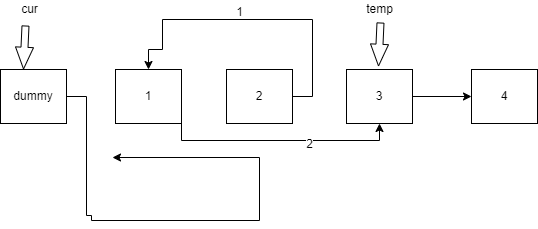
Earlier version of the draw.io export 刷题/链表/24. 两两交换链表中的节点.drawio.png (SixPlusAndTimes/drawio). Source tidied: cells renumbered, new cells last; positions are measured from the earlier drawing's top-left corner, leaving out a move shared by most shapes. The source it was exported from:
```xml
<mxGraphModel>
  <root>
    <mxCell id="0" />
    <mxCell id="1" parent="0" />
    <mxCell id="2" style="edgeStyle=orthogonalEdgeStyle;rounded=0;jettySize=auto;html=1;exitX=1;exitY=0.5;exitDx=0;exitDy=0;" parent="1" edge="1" source="3">
      <mxGeometry relative="1" as="geometry">
        <mxPoint x="112" y="157" as="targetPoint" />
        <Array as="points">
          <mxPoint x="86" y="96" />
          <mxPoint x="86" y="215" />
          <mxPoint x="91" y="215" />
          <mxPoint x="91" y="220" />
          <mxPoint x="259" y="220" />
        </Array>
      </mxGeometry>
    </mxCell>
    <mxCell id="3" value="dummy" style="rounded=0;whiteSpace=wrap;html=1;" parent="1" vertex="1">
      <mxGeometry y="69" width="66" height="54" as="geometry" />
    </mxCell>
    <mxCell id="4" style="edgeStyle=orthogonalEdgeStyle;rounded=0;jettySize=auto;html=1;exitX=1;exitY=0.5;exitDx=0;exitDy=0;" parent="1" edge="1" source="6" target="10">
      <mxGeometry relative="1" as="geometry">
        <Array as="points">
          <mxPoint x="181" y="140" />
          <mxPoint x="379" y="140" />
        </Array>
      </mxGeometry>
    </mxCell>
    <mxCell id="5" value="2" style="edgeLabel;html=1;align=center;verticalAlign=middle;" parent="4" vertex="1">
      <mxGeometry x="0.32" y="-3" relative="1" as="geometry" />
    </mxCell>
    <mxCell id="6" value="1" style="rounded=0;whiteSpace=wrap;html=1;" parent="1" vertex="1">
      <mxGeometry x="115" y="69" width="66" height="54" as="geometry" />
    </mxCell>
    <mxCell id="7" style="edgeStyle=orthogonalEdgeStyle;rounded=0;jettySize=auto;html=1;exitX=1;exitY=0.5;exitDx=0;exitDy=0;entryX=0.5;entryY=0;entryDx=0;entryDy=0;" parent="1" edge="1" source="8" target="6">
      <mxGeometry relative="1" as="geometry">
        <Array as="points">
          <mxPoint x="312" y="96" />
          <mxPoint x="312" y="19" />
          <mxPoint x="162" y="19" />
          <mxPoint x="162" y="49" />
          <mxPoint x="148" y="49" />
        </Array>
      </mxGeometry>
    </mxCell>
    <mxCell id="8" value="2" style="rounded=0;whiteSpace=wrap;html=1;" parent="1" vertex="1">
      <mxGeometry x="226" y="69" width="66" height="54" as="geometry" />
    </mxCell>
    <mxCell id="9" style="edgeStyle=orthogonalEdgeStyle;rounded=0;jettySize=auto;html=1;exitX=1;exitY=0.5;exitDx=0;exitDy=0;entryX=0;entryY=0.5;entryDx=0;entryDy=0;" parent="1" edge="1" source="10" target="11">
      <mxGeometry relative="1" as="geometry" />
    </mxCell>
    <mxCell id="10" value="3" style="rounded=0;whiteSpace=wrap;html=1;" parent="1" vertex="1">
      <mxGeometry x="346" y="69" width="66" height="54" as="geometry" />
    </mxCell>
    <mxCell id="11" value="4" style="rounded=0;whiteSpace=wrap;html=1;" parent="1" vertex="1">
      <mxGeometry x="471" y="69" width="66" height="54" as="geometry" />
    </mxCell>
    <mxCell id="12" style="shape=flexArrow;endArrow=classic;html=1;rounded=0;width=7;endSize=6.92;endWidth=10;" parent="1" edge="1">
      <mxGeometry relative="1" as="geometry">
        <mxPoint x="25" y="25" as="sourcePoint" />
        <mxPoint x="23" y="69" as="targetPoint" />
      </mxGeometry>
    </mxCell>
    <mxCell id="13" value="cur" style="text;html=1;align=center;verticalAlign=middle;strokeColor=none;fillColor=none;" parent="1" vertex="1">
      <mxGeometry x="15" width="27" height="18" as="geometry" />
    </mxCell>
    <mxCell id="14" style="shape=flexArrow;endArrow=classic;html=1;rounded=0;width=7;endSize=6.92;endWidth=10;" parent="1" edge="1">
      <mxGeometry relative="1" as="geometry">
        <mxPoint x="380" y="22" as="sourcePoint" />
        <mxPoint x="378" y="66" as="targetPoint" />
      </mxGeometry>
    </mxCell>
    <mxCell id="15" value="temp" style="text;html=1;align=center;verticalAlign=middle;strokeColor=none;fillColor=none;" parent="1" vertex="1">
      <mxGeometry x="360.5" width="37" height="18" as="geometry" />
    </mxCell>
    <mxCell id="16" value="1" style="text;html=1;align=center;verticalAlign=middle;strokeColor=none;fillColor=none;" parent="1" vertex="1">
      <mxGeometry x="230" y="3" width="17" height="18" as="geometry" />
    </mxCell>
  </root>
</mxGraphModel>
```
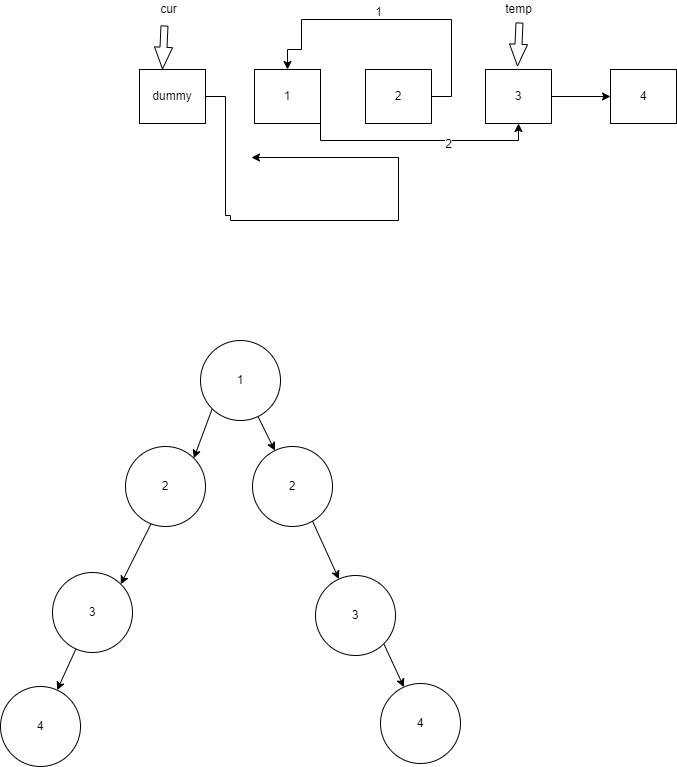
After the commit.

Commit message:
Update 24. 两两交换链表中的节点.drawio.png

What changed in the source:
```diff
@@ -75,5 +75,49 @@
     <mxCell id="16" value="1" style="text;html=1;align=center;verticalAlign=middle;strokeColor=none;fillColor=none;" parent="1" vertex="1">
       <mxGeometry x="230" y="3" width="17" height="18" as="geometry" />
     </mxCell>
+    <mxCell id="17" style="rounded=0;jettySize=auto;html=1;exitX=0;exitY=1;exitDx=0;exitDy=0;entryX=1;entryY=0;entryDx=0;entryDy=0;" parent="1" edge="1" source="19" target="21">
+      <mxGeometry relative="1" as="geometry" />
+    </mxCell>
+    <mxCell id="18" style="edgeStyle=none;rounded=0;jettySize=auto;html=1;" parent="1" edge="1" source="19" target="23">
+      <mxGeometry relative="1" as="geometry" />
+    </mxCell>
+    <mxCell id="19" value="1" style="ellipse;whiteSpace=wrap;html=1;" parent="1" vertex="1">
+      <mxGeometry x="61" y="340" width="80" height="80" as="geometry" />
+    </mxCell>
+    <mxCell id="20" style="edgeStyle=none;rounded=0;jettySize=auto;html=1;exitX=0.325;exitY=0.955;exitDx=0;exitDy=0;entryX=1;entryY=0;entryDx=0;entryDy=0;exitPerimeter=0;" parent="1" edge="1" source="21" target="25">
+      <mxGeometry relative="1" as="geometry" />
+    </mxCell>
+    <mxCell id="21" value="2" style="ellipse;whiteSpace=wrap;html=1;" parent="1" vertex="1">
+      <mxGeometry x="-14" y="446" width="80" height="80" as="geometry" />
+    </mxCell>
+    <mxCell id="22" style="edgeStyle=none;rounded=0;jettySize=auto;html=1;" parent="1" edge="1" target="27">
+      <mxGeometry relative="1" as="geometry">
+        <mxPoint x="170" y="514" as="sourcePoint" />
+      </mxGeometry>
+    </mxCell>
+    <mxCell id="23" value="2" style="ellipse;whiteSpace=wrap;html=1;" parent="1" vertex="1">
+      <mxGeometry x="113" y="446" width="80" height="80" as="geometry" />
+    </mxCell>
+    <mxCell id="24" style="edgeStyle=none;rounded=0;jettySize=auto;html=1;" parent="1" edge="1" source="25" target="28">
+      <mxGeometry relative="1" as="geometry" />
+    </mxCell>
+    <mxCell id="25" value="3" style="ellipse;whiteSpace=wrap;html=1;" parent="1" vertex="1">
+      <mxGeometry x="-87" y="572" width="80" height="80" as="geometry" />
+    </mxCell>
+    <mxCell id="26" style="edgeStyle=none;rounded=0;jettySize=auto;html=1;exitX=1;exitY=1;exitDx=0;exitDy=0;" parent="1" edge="1" source="27" target="29">
+      <mxGeometry relative="1" as="geometry" />
+    </mxCell>
+    <mxCell id="27" value="3" style="ellipse;whiteSpace=wrap;html=1;" parent="1" vertex="1">
+      <mxGeometry x="176" y="575" width="80" height="80" as="geometry" />
+    </mxCell>
+    <mxCell id="28" value="4" style="ellipse;whiteSpace=wrap;html=1;" parent="1" vertex="1">
+      <mxGeometry x="-139" y="686" width="80" height="80" as="geometry" />
+    </mxCell>
+    <mxCell id="29" value="4" style="ellipse;whiteSpace=wrap;html=1;" parent="1" vertex="1">
+      <mxGeometry x="241" y="683" width="80" height="80" as="geometry" />
+    </mxCell>
+    <mxCell id="30" style="edgeStyle=none;rounded=0;orthogonalLoop=1;jettySize=auto;html=1;exitX=1;exitY=0;exitDx=0;exitDy=0;" parent="1" edge="1" source="25" target="25">
+      <mxGeometry relative="1" as="geometry" />
+    </mxCell>
   </root>
 </mxGraphModel>
```
